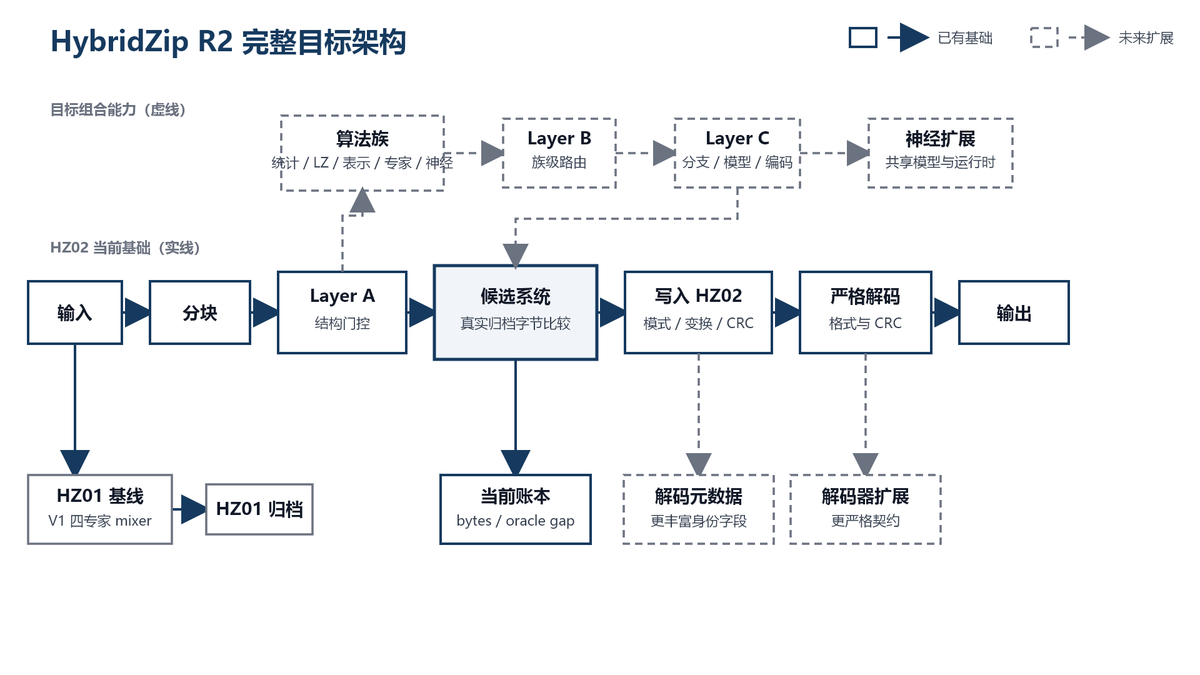
Earlier version of the Mermaid export figures/hybridzip-full-r2-architecture.png (KennethParkerWang/HybridZip). Its source is kept beside it as figures/hybridzip-full-r2-architecture.mmd. The source it was exported from:
```mermaid
flowchart LR
    input[输入] --> blocks[分块] --> layerA[Layer A<br/>结构门控] --> candidates[候选系统<br/>真实归档字节比较] --> archive[写入 HZ02<br/>模式 / 变换 / CRC] --> decoder[严格解码] --> output[输出]
    input --> hz01[HZ01 基线<br/>V1 四专家 mixer] --> hz01out[HZ01 归档]
    layerA -.-> families[算法族<br/>统计 / LZ / 表示 / 专家 / 神经] -.-> layerB[Layer B<br/>族级路由] -.-> layerC[Layer C<br/>分支 / 模型 / 编码] -.-> candidates
    candidates --> ledger[当前账本<br/>bytes / oracle gap]
    layerC -.-> neural[神经扩展]
    archive -.-> metadata[解码元数据]
    decoder -.-> extension[解码器扩展]

    classDef current fill:#FFFFFF,stroke:#163A5F,stroke-width:2px,color:#111827;
    classDef baseline fill:#FFFFFF,stroke:#6B7280,stroke-width:1.5px,color:#374151;
    classDef planned fill:#FFFFFF,stroke:#6B7280,stroke-width:1.5px,stroke-dasharray:6 4,color:#374151;
    class input,blocks,layerA,candidates,archive,decoder,output,ledger current;
    class hz01,hz01out baseline;
    class families,layerB,layerC,neural,metadata,extension planned;
    linkStyle default stroke:#163A5F,stroke-width:2px;
```
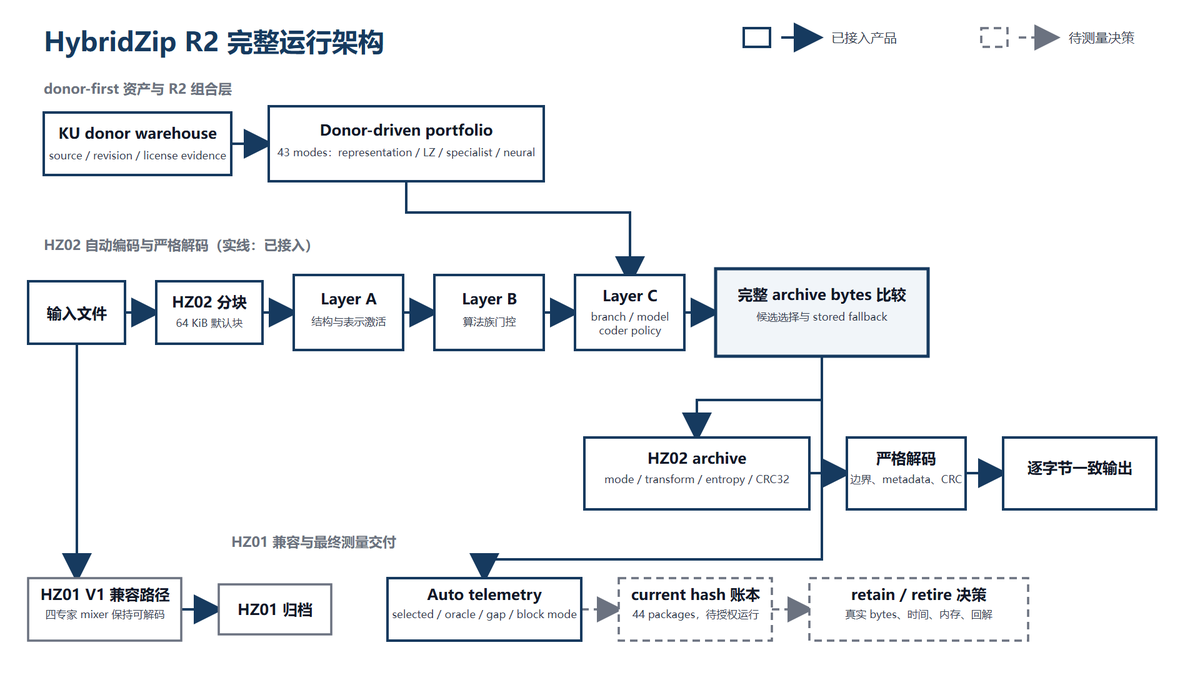
After the change.

Diff of the diagram source:
```diff
@@ -1,16 +1,23 @@
 flowchart LR
-    input[输入] --> blocks[分块] --> layerA[Layer A<br/>结构门控] --> candidates[候选系统<br/>真实归档字节比较] --> archive[写入 HZ02<br/>模式 / 变换 / CRC] --> decoder[严格解码] --> output[输出]
-    input --> hz01[HZ01 基线<br/>V1 四专家 mixer] --> hz01out[HZ01 归档]
-    layerA -.-> families[算法族<br/>统计 / LZ / 表示 / 专家 / 神经] -.-> layerB[Layer B<br/>族级路由] -.-> layerC[Layer C<br/>分支 / 模型 / 编码] -.-> candidates
-    candidates --> ledger[当前账本<br/>bytes / oracle gap]
-    layerC -.-> neural[神经扩展]
-    archive -.-> metadata[解码元数据]
-    decoder -.-> extension[解码器扩展]
+    warehouse[KU donor warehouse<br/>source / revision / license evidence] --> portfolio[Donor-driven portfolio<br/>43 decoder-visible modes]
+    input[输入文件] --> blocks[HZ02 分块<br/>默认 64 KiB]
+    blocks --> layerA[Layer A<br/>结构与表示激活]
+    layerA --> layerB[Layer B<br/>算法族门控]
+    layerB --> layerC[Layer C<br/>branch / model / coder policy]
+    portfolio --> layerC
+    layerC --> compare[完整 archive bytes<br/>候选比较与 stored fallback]
+    compare --> archive[HZ02 archive<br/>mode / transform / entropy / CRC32]
+    archive --> decoder[严格解码与 CRC32]
+    decoder --> output[逐字节一致输出]
+    input --> hz01[HZ01 V1 基线<br/>NGram / PPMD / Match / LSTM / mixer] --> hz01archive[HZ01 归档]
+    compare --> telemetry[Auto telemetry<br/>selected / oracle / gap]
+    telemetry -.-> ledger[当前 hash 44-package ledger]
+    ledger -.-> decision[基于测量的 retain / retire decision]
 
     classDef current fill:#FFFFFF,stroke:#163A5F,stroke-width:2px,color:#111827;
     classDef baseline fill:#FFFFFF,stroke:#6B7280,stroke-width:1.5px,color:#374151;
-    classDef planned fill:#FFFFFF,stroke:#6B7280,stroke-width:1.5px,stroke-dasharray:6 4,color:#374151;
-    class input,blocks,layerA,candidates,archive,decoder,output,ledger current;
-    class hz01,hz01out baseline;
-    class families,layerB,layerC,neural,metadata,extension planned;
+    classDef pending fill:#FFFFFF,stroke:#6B7280,stroke-width:1.5px,stroke-dasharray:6 4,color:#374151;
+    class warehouse,portfolio,input,blocks,layerA,layerB,layerC,compare,archive,decoder,output,telemetry current;
+    class hz01,hz01archive baseline;
+    class ledger,decision pending;
     linkStyle default stroke:#163A5F,stroke-width:2px;
```
